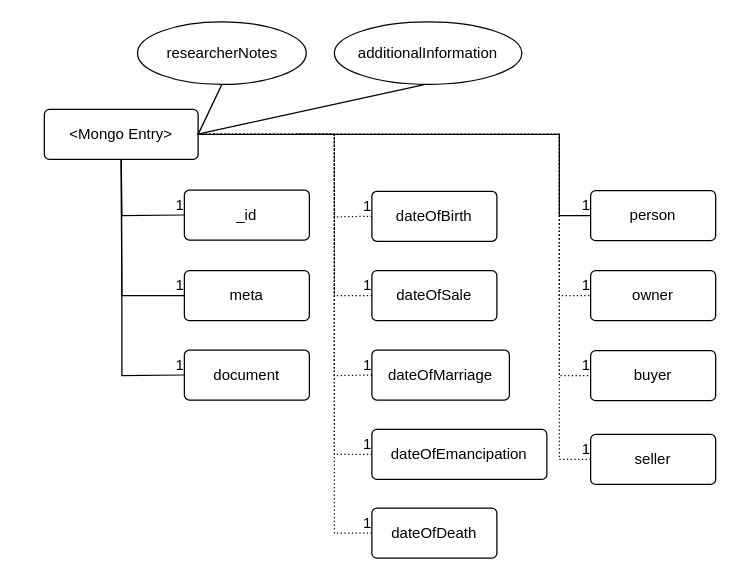
sdmccaul/disa-db-design keeps this draw.io diagram as img/DISA_er_1.drawio. Above is the earlier version. Source tidied: cells renumbered, new cells numbered last; positions are measured from the earlier drawing's top-left corner, leaving out a move shared by most shapes. Both pictures are drawn from the tidied source at 125%, with x=0, y=0 at pixel (44, 21).
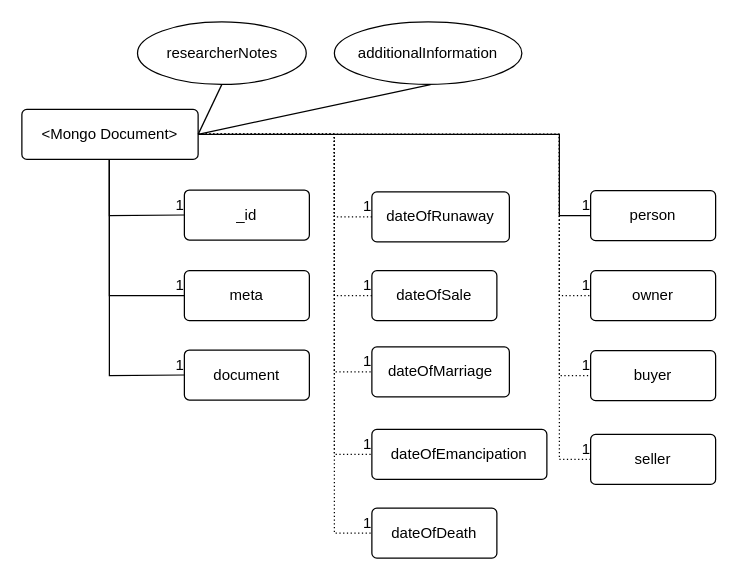
Above is the later version.

Unchanged cells that the change refers to:
```xml
<mxCell id="8" value="dateOfSale" style="rounded=1;arcSize=10;whiteSpace=wrap;html=1;align=center;" parent="1" vertex="1">
  <mxGeometry x="262" y="199" width="100" height="40" as="geometry" />
</mxCell>
<mxCell id="10" value="dateOfEmancipation" style="rounded=1;arcSize=10;whiteSpace=wrap;html=1;align=center;" parent="1" vertex="1">
  <mxGeometry x="262" y="326" width="140" height="40" as="geometry" />
</mxCell>
<mxCell id="11" value="dateOfDeath" style="rounded=1;arcSize=10;whiteSpace=wrap;html=1;align=center;" parent="1" vertex="1">
  <mxGeometry x="262" y="389" width="100" height="40" as="geometry" />
</mxCell>
<mxCell id="12" value="_id" style="rounded=1;arcSize=10;whiteSpace=wrap;html=1;align=center;" parent="1" vertex="1">
  <mxGeometry x="112" y="134.5" width="100" height="40" as="geometry" />
</mxCell>
<mxCell id="13" value="meta" style="rounded=1;arcSize=10;whiteSpace=wrap;html=1;align=center;" parent="1" vertex="1">
  <mxGeometry x="112" y="199" width="100" height="40" as="geometry" />
</mxCell>
<mxCell id="14" value="document" style="rounded=1;arcSize=10;whiteSpace=wrap;html=1;align=center;" parent="1" vertex="1">
  <mxGeometry x="112" y="262.5" width="100" height="40" as="geometry" />
</mxCell>
<mxCell id="36" value="additionalInformation" style="ellipse;whiteSpace=wrap;html=1;align=center;" parent="1" vertex="1">
  <mxGeometry x="232" width="150" height="50" as="geometry" />
</mxCell>
```

What changed in the source:
```diff
@@
-    <mxCell id="2" value="&amp;lt;Mongo Entry&amp;gt;" style="rounded=1;arcSize=10;whiteSpace=wrap;html=1;align=center;" parent="1" vertex="1">
-      <mxGeometry y="70" width="123" height="40" as="geometry" />
+    <mxCell id="2" value="&amp;lt;Mongo Document&amp;gt;" style="rounded=1;arcSize=10;whiteSpace=wrap;html=1;align=center;" parent="1" vertex="1">
+      <mxGeometry x="-18" y="70" width="141" height="40" as="geometry" />
     </mxCell>
@@
-    <mxCell id="7" value="dateOfBirth" style="rounded=1;arcSize=10;whiteSpace=wrap;html=1;align=center;" parent="1" vertex="1">
-      <mxGeometry x="262" y="135.5" width="100" height="40" as="geometry" />
+    <mxCell id="7" value="dateOfRunaway" style="rounded=1;arcSize=10;whiteSpace=wrap;html=1;align=center;" parent="1" vertex="1">
+      <mxGeometry x="262" y="136" width="110" height="40" as="geometry" />
     </mxCell>
@@
     <mxCell id="9" value="dateOfMarriage" style="rounded=1;arcSize=10;whiteSpace=wrap;html=1;align=center;" parent="1" vertex="1">
-      <mxGeometry x="262" y="262.5" width="110" height="40" as="geometry" />
+      <mxGeometry x="262" y="260" width="110" height="40" as="geometry" />
     </mxCell>
@@
-    <mxCell id="15" style="endArrow=none;html=1;rounded=0;entryX=0;entryY=0.5;entryDx=0;entryDy=0;exitX=0.5;exitY=1;exitDx=0;exitDy=0;" parent="1" edge="1" source="2" target="13">
-      <mxGeometry relative="1" as="geometry">
-        <Array as="points">
-          <mxPoint x="62" y="219" />
-        </Array>
-      </mxGeometry>
-    </mxCell>
-    <mxCell id="16" value="1" style="html=1;align=right;verticalAlign=bottom;" parent="15" vertex="1">
-      <mxGeometry x="1" relative="1" as="geometry" />
-    </mxCell>
@@
-    <mxCell id="25" style="endArrow=none;html=1;rounded=0;dashed=1;dashPattern=1 2;exitX=1;exitY=0.5;exitDx=0;exitDy=0;entryX=0;entryY=0.5;entryDx=0;entryDy=0;" parent="1" edge="1" source="2" target="7">
-      <mxGeometry relative="1" as="geometry">
-        <Array as="points">
-          <mxPoint x="232" y="90" />
-          <mxPoint x="232" y="156" />
-        </Array>
-      </mxGeometry>
-    </mxCell>
-    <mxCell id="26" value="1" style="html=1;align=right;verticalAlign=bottom;" parent="25" vertex="1">
-      <mxGeometry x="1" relative="1" as="geometry" />
-    </mxCell>
-    <mxCell id="27" style="endArrow=none;html=1;rounded=0;dashed=1;dashPattern=1 2;exitX=1;exitY=0.5;exitDx=0;exitDy=0;entryX=0;entryY=0.5;entryDx=0;entryDy=0;" parent="1" edge="1" source="2" target="8">
-      <mxGeometry relative="1" as="geometry">
-        <Array as="points">
-          <mxPoint x="232" y="90" />
-          <mxPoint x="232" y="219" />
-        </Array>
-      </mxGeometry>
-    </mxCell>
-    <mxCell id="28" value="1" style="html=1;align=right;verticalAlign=bottom;" parent="27" vertex="1">
-      <mxGeometry x="1" relative="1" as="geometry" />
-    </mxCell>
-    <mxCell id="29" style="endArrow=none;html=1;rounded=0;dashed=1;dashPattern=1 2;entryX=0;entryY=0.5;entryDx=0;entryDy=0;" parent="1" edge="1" target="9">
-      <mxGeometry relative="1" as="geometry">
-        <mxPoint x="202" y="90" as="sourcePoint" />
-        <Array as="points">
-          <mxPoint x="232" y="90" />
-          <mxPoint x="232" y="283" />
-        </Array>
-      </mxGeometry>
-    </mxCell>
-    <mxCell id="30" value="1" style="html=1;align=right;verticalAlign=bottom;" parent="29" vertex="1">
-      <mxGeometry x="1" relative="1" as="geometry" />
-    </mxCell>
-    <mxCell id="31" style="endArrow=none;html=1;rounded=0;dashed=1;dashPattern=1 2;entryX=0;entryY=0.5;entryDx=0;entryDy=0;" parent="1" edge="1" target="10">
-      <mxGeometry relative="1" as="geometry">
-        <mxPoint x="202" y="90" as="sourcePoint" />
-        <Array as="points">
-          <mxPoint x="232" y="90" />
-          <mxPoint x="232" y="346" />
-        </Array>
-      </mxGeometry>
-    </mxCell>
-    <mxCell id="32" value="1" style="html=1;align=right;verticalAlign=bottom;" parent="31" vertex="1">
-      <mxGeometry x="1" relative="1" as="geometry" />
-    </mxCell>
-    <mxCell id="33" style="endArrow=none;html=1;rounded=0;dashed=1;dashPattern=1 2;entryX=0;entryY=0.5;entryDx=0;entryDy=0;" parent="1" edge="1" target="11">
-      <mxGeometry relative="1" as="geometry">
-        <mxPoint x="202" y="90" as="sourcePoint" />
-        <Array as="points">
-          <mxPoint x="232" y="90" />
-          <mxPoint x="232" y="409" />
-        </Array>
-      </mxGeometry>
-    </mxCell>
-    <mxCell id="34" value="1" style="html=1;align=right;verticalAlign=bottom;" parent="33" vertex="1">
-      <mxGeometry x="1" relative="1" as="geometry" />
-    </mxCell>
@@
-    <mxCell id="37" style="endArrow=none;html=1;rounded=0;exitX=0.5;exitY=1;exitDx=0;exitDy=0;entryX=0;entryY=0.5;entryDx=0;entryDy=0;" parent="1" edge="1" source="2" target="14">
-      <mxGeometry relative="1" as="geometry">
-        <Array as="points">
-          <mxPoint x="62" y="230" />
-          <mxPoint x="62" y="283" />
-        </Array>
-      </mxGeometry>
-    </mxCell>
-    <mxCell id="38" value="1" style="html=1;align=right;verticalAlign=bottom;" parent="37" vertex="1">
-      <mxGeometry x="1" relative="1" as="geometry" />
-    </mxCell>
-    <mxCell id="39" style="endArrow=none;html=1;rounded=0;exitX=0.5;exitY=1;exitDx=0;exitDy=0;entryX=0;entryY=0.5;entryDx=0;entryDy=0;" parent="1" edge="1" source="2" target="12">
-      <mxGeometry relative="1" as="geometry">
-        <Array as="points">
-          <mxPoint x="62" y="155" />
-        </Array>
-      </mxGeometry>
-    </mxCell>
-    <mxCell id="40" value="1" style="html=1;align=right;verticalAlign=bottom;" parent="39" vertex="1">
-      <mxGeometry x="1" relative="1" as="geometry" />
-    </mxCell>
@@
-    <mxCell id="42" style="endArrow=none;html=1;rounded=0;entryX=0.48;entryY=1.003;entryDx=0;entryDy=0;entryPerimeter=0;" parent="1" edge="1" target="36">
-      <mxGeometry relative="1" as="geometry">
-        <mxPoint x="122" y="90" as="sourcePoint" />
-      </mxGeometry>
-    </mxCell>
+    <mxCell id="43" style="endArrow=none;html=1;entryX=0.513;entryY=1.003;entryDx=0;entryDy=0;entryPerimeter=0;exitX=1;exitY=0.5;exitDx=0;exitDy=0;" parent="1" edge="1" source="2" target="36">
+      <mxGeometry relative="1" as="geometry" />
+    </mxCell>
+    <mxCell id="25" style="endArrow=none;html=1;rounded=0;dashed=1;dashPattern=1 2;exitX=1;exitY=0.5;exitDx=0;exitDy=0;entryX=0;entryY=0.5;entryDx=0;entryDy=0;" parent="1" edge="1" source="2" target="7">
+      <mxGeometry relative="1" as="geometry">
+        <Array as="points">
+          <mxPoint x="232" y="90" />
+          <mxPoint x="232" y="156" />
+        </Array>
+      </mxGeometry>
+    </mxCell>
+    <mxCell id="44" value="1" style="html=1;align=right;verticalAlign=bottom;" parent="25" vertex="1">
+      <mxGeometry x="1" relative="1" as="geometry" />
+    </mxCell>
+    <mxCell id="27" style="endArrow=none;html=1;rounded=0;dashed=1;dashPattern=1 2;exitX=1;exitY=0.5;exitDx=0;exitDy=0;entryX=0;entryY=0.5;entryDx=0;entryDy=0;" parent="1" edge="1" source="2" target="8">
+      <mxGeometry relative="1" as="geometry">
+        <Array as="points">
+          <mxPoint x="232" y="90" />
+          <mxPoint x="232" y="219" />
+        </Array>
+      </mxGeometry>
+    </mxCell>
+    <mxCell id="45" value="1" style="html=1;align=right;verticalAlign=bottom;" parent="27" vertex="1">
+      <mxGeometry x="1" relative="1" as="geometry" />
+    </mxCell>
+    <mxCell id="46" style="endArrow=none;html=1;rounded=0;dashed=1;dashPattern=1 2;exitX=1;exitY=0.5;exitDx=0;exitDy=0;entryX=0;entryY=0.5;entryDx=0;entryDy=0;" parent="1" edge="1" source="2" target="9">
+      <mxGeometry relative="1" as="geometry">
+        <Array as="points">
+          <mxPoint x="232" y="90" />
+          <mxPoint x="232" y="280" />
+        </Array>
+      </mxGeometry>
+    </mxCell>
+    <mxCell id="47" value="1" style="html=1;align=right;verticalAlign=bottom;" parent="46" vertex="1">
+      <mxGeometry x="1" relative="1" as="geometry" />
+    </mxCell>
+    <mxCell id="48" style="endArrow=none;html=1;rounded=0;dashed=1;dashPattern=1 2;entryX=0;entryY=0.5;entryDx=0;entryDy=0;exitX=1;exitY=0.5;exitDx=0;exitDy=0;" parent="1" edge="1" source="2" target="10">
+      <mxGeometry relative="1" as="geometry">
+        <Array as="points">
+          <mxPoint x="232" y="90" />
+          <mxPoint x="232" y="346" />
+        </Array>
+      </mxGeometry>
+    </mxCell>
+    <mxCell id="49" value="1" style="html=1;align=right;verticalAlign=bottom;" parent="48" vertex="1">
+      <mxGeometry x="1" relative="1" as="geometry" />
+    </mxCell>
+    <mxCell id="50" style="endArrow=none;html=1;rounded=0;dashed=1;dashPattern=1 2;exitX=1;exitY=0.5;exitDx=0;exitDy=0;entryX=0;entryY=0.5;entryDx=0;entryDy=0;" parent="1" edge="1" source="2" target="11">
+      <mxGeometry relative="1" as="geometry">
+        <Array as="points">
+          <mxPoint x="232" y="90" />
+          <mxPoint x="232" y="409" />
+        </Array>
+      </mxGeometry>
+    </mxCell>
+    <mxCell id="51" value="1" style="html=1;align=right;verticalAlign=bottom;" parent="50" vertex="1">
+      <mxGeometry x="1" relative="1" as="geometry" />
+    </mxCell>
+    <mxCell id="52" style="endArrow=none;html=1;rounded=0;entryX=0;entryY=0.5;entryDx=0;entryDy=0;" parent="1" edge="1" target="12">
+      <mxGeometry relative="1" as="geometry">
+        <mxPoint x="52" y="110" as="sourcePoint" />
+        <Array as="points">
+          <mxPoint x="52" y="155" />
+        </Array>
+      </mxGeometry>
+    </mxCell>
+    <mxCell id="53" value="1" style="html=1;align=right;verticalAlign=bottom;" parent="52" vertex="1">
+      <mxGeometry x="1" relative="1" as="geometry" />
+    </mxCell>
+    <mxCell id="54" style="endArrow=none;html=1;rounded=0;entryX=0;entryY=0.5;entryDx=0;entryDy=0;" parent="1" edge="1" target="13">
+      <mxGeometry relative="1" as="geometry">
+        <mxPoint x="52" y="110" as="sourcePoint" />
+        <Array as="points">
+          <mxPoint x="52" y="219" />
+        </Array>
+      </mxGeometry>
+    </mxCell>
+    <mxCell id="55" value="1" style="html=1;align=right;verticalAlign=bottom;" parent="54" vertex="1">
+      <mxGeometry x="1" relative="1" as="geometry" />
+    </mxCell>
+    <mxCell id="56" style="endArrow=none;html=1;rounded=0;entryX=0;entryY=0.5;entryDx=0;entryDy=0;" parent="1" edge="1" target="14">
+      <mxGeometry relative="1" as="geometry">
+        <mxPoint x="52" y="110" as="sourcePoint" />
+        <Array as="points">
+          <mxPoint x="52" y="283" />
+        </Array>
+      </mxGeometry>
+    </mxCell>
+    <mxCell id="57" value="1" style="html=1;align=right;verticalAlign=bottom;" parent="56" vertex="1">
+      <mxGeometry x="1" relative="1" as="geometry" />
+    </mxCell>
```
